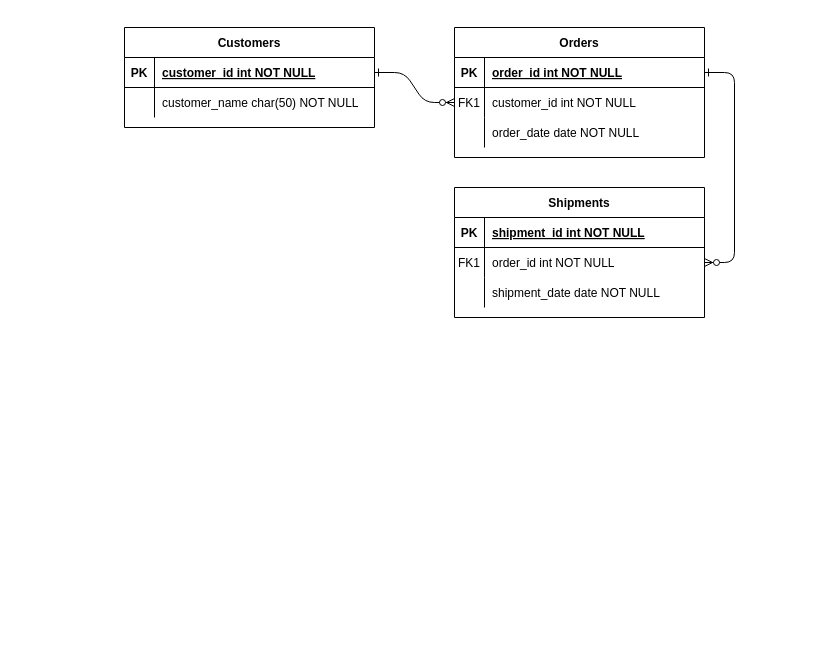
Before: Untitled Diagram.drawio in Gaspair/twitter-replica, a draw.io diagram. Source tidied: cells renumbered, new cells numbered last; positions are measured from the earlier drawing's top-left corner, leaving out a move shared by most shapes. Both pictures are drawn from the tidied source at 100%, with x=0, y=0 at pixel (124, 27).
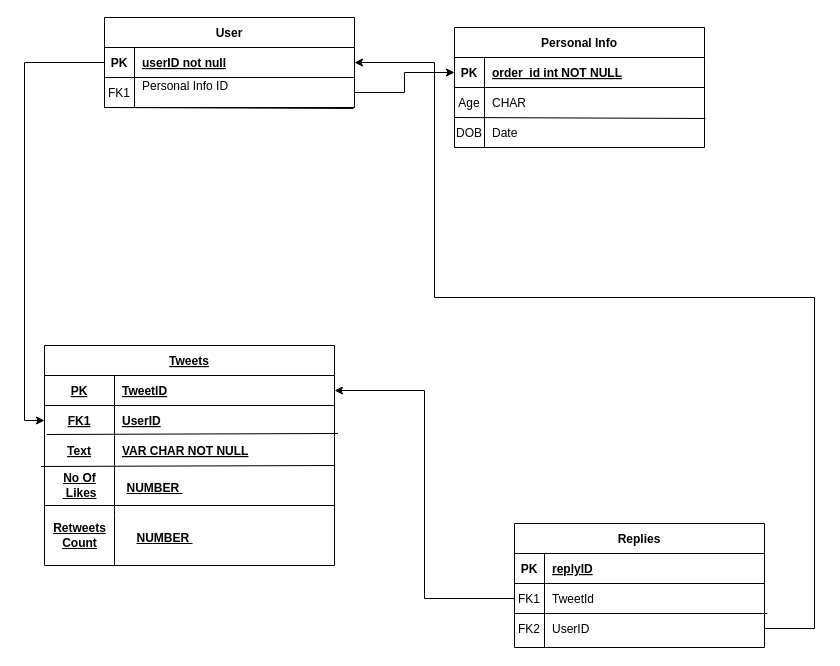
The same diagram, later.

Unchanged cells that the change refers to:
```xml
<mxCell id="5" style="shape=partialRectangle;fillColor=none;points=[[0,0.5],[1,0.5]];portConstraint=eastwest;top=0;left=0;right=0;bottom=1;" parent="4" vertex="1">
  <mxGeometry y="30" width="250" height="30" as="geometry" />
</mxCell>
<mxCell id="8" style="shape=partialRectangle;fillColor=none;points=[[0,0.5],[1,0.5]];portConstraint=eastwest;top=0;left=0;right=0;bottom=0;" parent="4" vertex="1">
  <mxGeometry y="60" width="250" height="30" as="geometry" />
</mxCell>
<mxCell id="11" style="shape=partialRectangle;fillColor=none;points=[[0,0.5],[1,0.5]];portConstraint=eastwest;top=0;left=0;right=0;bottom=0;" parent="4" vertex="1">
  <mxGeometry y="90" width="250" height="30" as="geometry" />
</mxCell>
<mxCell id="25" style="shape=partialRectangle;fillColor=none;points=[[0,0.5],[1,0.5]];portConstraint=eastwest;top=0;left=0;right=0;bottom=1;" parent="24" vertex="1">
  <mxGeometry y="30" width="250" height="30" as="geometry" />
</mxCell>
<mxCell id="28" style="shape=partialRectangle;fillColor=none;points=[[0,0.5],[1,0.5]];portConstraint=eastwest;top=0;left=0;right=0;bottom=0;" parent="24" vertex="1">
  <mxGeometry y="60" width="250" height="30" as="geometry" />
</mxCell>
```

The edit, as a diff of the source:
```diff
@@
-    <mxCell id="2" style="edgeStyle=entityRelationEdgeStyle;endArrow=ERzeroToMany;startArrow=ERone;endFill=1;startFill=0;" parent="1" edge="1" source="25" target="8">
-      <mxGeometry relative="1" as="geometry" />
-    </mxCell>
-    <mxCell id="3" style="edgeStyle=entityRelationEdgeStyle;endArrow=ERzeroToMany;startArrow=ERone;endFill=1;startFill=0;" parent="1" edge="1" source="5" target="18">
-      <mxGeometry relative="1" as="geometry" />
-    </mxCell>
-    <mxCell id="4" value="Orders" style="shape=table;startSize=30;childLayout=tableLayout;rowLines=0;fontStyle=1;align=center;" parent="1" vertex="1">
-      <mxGeometry x="330" width="250" height="130" as="geometry" />
+    <mxCell id="4" value="Personal Info" style="shape=table;startSize=30;childLayout=tableLayout;rowLines=0;fontStyle=1;align=center;" parent="1" vertex="1">
+      <mxGeometry x="330" width="250" height="120" as="geometry" />
     </mxCell>
@@
-    <mxCell id="9" value="FK1" style="shape=partialRectangle;overflow=hidden;fillColor=none;top=0;left=0;bottom=0;right=0;" parent="8" vertex="1">
+    <mxCell id="9" value="Age" style="shape=partialRectangle;overflow=hidden;fillColor=none;top=0;left=0;bottom=0;right=0;" parent="8" vertex="1">
       <mxGeometry width="30" height="30" as="geometry" />
     </mxCell>
-    <mxCell id="10" value="customer_id int NOT NULL" style="shape=partialRectangle;overflow=hidden;fillColor=none;top=0;left=0;bottom=0;right=0;align=left;spacingLeft=6;" parent="8" vertex="1">
+    <mxCell id="10" value="CHAR" style="shape=partialRectangle;overflow=hidden;fillColor=none;top=0;left=0;bottom=0;right=0;align=left;spacingLeft=6;" parent="8" vertex="1">
       <mxGeometry x="30" width="220" height="30" as="geometry" />
     </mxCell>
@@
-    <mxCell id="12" style="shape=partialRectangle;overflow=hidden;fillColor=none;top=0;left=0;bottom=0;right=0;" parent="11" vertex="1">
+    <mxCell id="12" value="DOB" style="shape=partialRectangle;overflow=hidden;fillColor=none;top=0;left=0;bottom=0;right=0;" parent="11" vertex="1">
       <mxGeometry width="30" height="30" as="geometry" />
     </mxCell>
-    <mxCell id="13" value="order_date date NOT NULL" style="shape=partialRectangle;overflow=hidden;fillColor=none;top=0;left=0;bottom=0;right=0;align=left;spacingLeft=6;" parent="11" vertex="1">
+    <mxCell id="13" value="Date" style="shape=partialRectangle;overflow=hidden;fillColor=none;top=0;left=0;bottom=0;right=0;align=left;spacingLeft=6;" parent="11" vertex="1">
       <mxGeometry x="30" width="220" height="30" as="geometry" />
     </mxCell>
-    <mxCell id="14" value="Shipments" style="shape=table;startSize=30;childLayout=tableLayout;rowLines=0;fontStyle=1;align=center;" parent="1" vertex="1">
-      <mxGeometry x="330" y="160" width="250" height="130" as="geometry" />
-    </mxCell>
-    <mxCell id="15" style="shape=partialRectangle;fillColor=none;top=0;left=0;right=0;bottom=1;" parent="14" vertex="1">
-      <mxGeometry y="30" width="250" height="30" as="geometry" />
-    </mxCell>
-    <mxCell id="16" value="PK" style="shape=partialRectangle;overflow=hidden;fillColor=none;top=0;left=0;bottom=0;right=0;fontStyle=1;" parent="15" vertex="1">
-      <mxGeometry width="30" height="30" as="geometry" />
-    </mxCell>
-    <mxCell id="17" value="shipment_id int NOT NULL " style="shape=partialRectangle;overflow=hidden;fillColor=none;top=0;left=0;bottom=0;right=0;align=left;spacingLeft=6;fontStyle=5;" parent="15" vertex="1">
-      <mxGeometry x="30" width="220" height="30" as="geometry" />
-    </mxCell>
-    <mxCell id="18" style="shape=partialRectangle;fillColor=none;points=[[0,0.5],[1,0.5]];portConstraint=eastwest;top=0;left=0;right=0;bottom=0;" parent="14" vertex="1">
-      <mxGeometry y="60" width="250" height="30" as="geometry" />
-    </mxCell>
-    <mxCell id="19" value="FK1" style="shape=partialRectangle;overflow=hidden;fillColor=none;top=0;left=0;bottom=0;right=0;" parent="18" vertex="1">
-      <mxGeometry width="30" height="30" as="geometry" />
-    </mxCell>
-    <mxCell id="20" value="order_id int NOT NULL" style="shape=partialRectangle;overflow=hidden;fillColor=none;top=0;left=0;bottom=0;right=0;align=left;spacingLeft=6;" parent="18" vertex="1">
-      <mxGeometry x="30" width="220" height="30" as="geometry" />
-    </mxCell>
-    <mxCell id="21" style="shape=partialRectangle;fillColor=none;points=[[0,0.5],[1,0.5]];portConstraint=eastwest;top=0;left=0;right=0;bottom=0;" parent="14" vertex="1">
-      <mxGeometry y="90" width="250" height="30" as="geometry" />
-    </mxCell>
-    <mxCell id="22" style="shape=partialRectangle;overflow=hidden;fillColor=none;top=0;left=0;bottom=0;right=0;" parent="21" vertex="1">
-      <mxGeometry width="30" height="30" as="geometry" />
-    </mxCell>
-    <mxCell id="23" value="shipment_date date NOT NULL" style="shape=partialRectangle;overflow=hidden;fillColor=none;top=0;left=0;bottom=0;right=0;align=left;spacingLeft=6;" parent="21" vertex="1">
-      <mxGeometry x="30" width="220" height="30" as="geometry" />
-    </mxCell>
+    <mxCell id="31" style="endArrow=none;html=1;rounded=0;entryX=1.004;entryY=0.033;entryDx=0;entryDy=0;entryPerimeter=0;" parent="4" edge="1" target="11">
+      <mxGeometry relative="1" as="geometry">
+        <mxPoint y="90" as="sourcePoint" />
+      </mxGeometry>
+    </mxCell>
-    <mxCell id="24" value="Customers" style="shape=table;startSize=30;childLayout=tableLayout;rowLines=0;fontStyle=1;align=center;" parent="1" vertex="1">
-      <mxGeometry width="250" height="100" as="geometry" />
+    <mxCell id="24" value="User" style="shape=table;startSize=30;childLayout=tableLayout;rowLines=0;fontStyle=1;align=center;" parent="1" vertex="1">
+      <mxGeometry x="-20" y="-10" width="250" height="90" as="geometry" />
     </mxCell>
@@
-    <mxCell id="27" value="customer_id int NOT NULL " style="shape=partialRectangle;overflow=hidden;fillColor=none;top=0;left=0;bottom=0;right=0;align=left;spacingLeft=6;fontStyle=5;" parent="25" vertex="1">
+    <mxCell id="27" value="userID not null" style="shape=partialRectangle;overflow=hidden;fillColor=none;top=0;left=0;bottom=0;right=0;align=left;spacingLeft=6;fontStyle=5;" parent="25" vertex="1">
       <mxGeometry x="30" width="220" height="30" as="geometry" />
     </mxCell>
@@
-    <mxCell id="29" style="shape=partialRectangle;overflow=hidden;fillColor=none;top=0;left=0;bottom=0;right=0;" parent="28" vertex="1">
+    <mxCell id="29" value="FK1" style="shape=partialRectangle;overflow=hidden;fillColor=none;top=0;left=0;bottom=0;right=0;" parent="28" vertex="1">
       <mxGeometry width="30" height="30" as="geometry" />
     </mxCell>
-    <mxCell id="30" value="customer_name char(50) NOT NULL" style="shape=partialRectangle;overflow=hidden;fillColor=none;top=0;left=0;bottom=0;right=0;align=left;spacingLeft=6;" parent="28" vertex="1">
+    <mxCell id="30" value="Personal Info ID&#10;" style="shape=partialRectangle;overflow=hidden;fillColor=none;top=0;left=0;bottom=0;right=0;align=left;spacingLeft=6;" parent="28" vertex="1">
       <mxGeometry x="30" width="220" height="30" as="geometry" />
     </mxCell>
+    <mxCell id="32" style="endArrow=none;html=1;rounded=0;entryX=0.996;entryY=1.033;entryDx=0;entryDy=0;entryPerimeter=0;labelBackgroundColor=#000000;" parent="24" edge="1" target="28">
+      <mxGeometry relative="1" as="geometry">
+        <mxPoint y="90" as="sourcePoint" />
+      </mxGeometry>
+    </mxCell>
+    <mxCell id="33" value="Replies" style="shape=table;startSize=30;childLayout=tableLayout;rowLines=0;fontStyle=1;align=center;" parent="1" vertex="1">
+      <mxGeometry x="390" y="496" width="250" height="124" as="geometry" />
+    </mxCell>
+    <mxCell id="15" style="shape=partialRectangle;fillColor=none;top=0;left=0;right=0;bottom=1;" parent="33" vertex="1">
+      <mxGeometry y="30" width="250" height="30" as="geometry" />
+    </mxCell>
+    <mxCell id="16" value="PK" style="shape=partialRectangle;overflow=hidden;fillColor=none;top=0;left=0;bottom=0;right=0;fontStyle=1;" parent="15" vertex="1">
+      <mxGeometry width="30" height="30" as="geometry" />
+    </mxCell>
+    <mxCell id="34" value="replyID" style="shape=partialRectangle;overflow=hidden;fillColor=none;top=0;left=0;bottom=0;right=0;align=left;spacingLeft=6;fontStyle=5;" parent="15" vertex="1">
+      <mxGeometry x="30" width="220" height="30" as="geometry" />
+    </mxCell>
+    <mxCell id="18" style="shape=partialRectangle;fillColor=none;points=[[0,0.5],[1,0.5]];portConstraint=eastwest;top=0;left=0;right=0;bottom=0;" parent="33" vertex="1">
+      <mxGeometry y="60" width="250" height="30" as="geometry" />
+    </mxCell>
+    <mxCell id="19" value="FK1" style="shape=partialRectangle;overflow=hidden;fillColor=none;top=0;left=0;bottom=0;right=0;" parent="18" vertex="1">
+      <mxGeometry width="30" height="30" as="geometry" />
+    </mxCell>
+    <mxCell id="35" value="TweetId" style="shape=partialRectangle;overflow=hidden;fillColor=none;top=0;left=0;bottom=0;right=0;align=left;spacingLeft=6;" parent="18" vertex="1">
+      <mxGeometry x="30" width="220" height="30" as="geometry" />
+    </mxCell>
+    <mxCell id="21" style="shape=partialRectangle;fillColor=none;points=[[0,0.5],[1,0.5]];portConstraint=eastwest;top=0;left=0;right=0;bottom=0;" parent="33" vertex="1">
+      <mxGeometry y="90" width="250" height="30" as="geometry" />
+    </mxCell>
+    <mxCell id="36" value="FK2" style="shape=partialRectangle;overflow=hidden;fillColor=none;top=0;left=0;bottom=0;right=0;" parent="21" vertex="1">
+      <mxGeometry width="30" height="30" as="geometry" />
+    </mxCell>
+    <mxCell id="37" value="UserID" style="shape=partialRectangle;overflow=hidden;fillColor=none;top=0;left=0;bottom=0;right=0;align=left;spacingLeft=6;" parent="21" vertex="1">
+      <mxGeometry x="30" width="220" height="30" as="geometry" />
+    </mxCell>
+    <mxCell id="38" style="endArrow=none;html=1;rounded=0;entryX=0;entryY=1;entryDx=0;entryDy=0;entryPerimeter=0;exitX=1.012;exitY=1;exitDx=0;exitDy=0;exitPerimeter=0;" parent="33" edge="1" source="18" target="18">
+      <mxGeometry relative="1" as="geometry" />
+    </mxCell>
+    <mxCell id="39" value="Tweets" style="shape=table;startSize=30;childLayout=tableLayout;rowLines=0;fontStyle=5;align=center;fontSize=12;" parent="1" vertex="1">
+      <mxGeometry x="-80" y="318" width="290" height="220" as="geometry" />
+    </mxCell>
+    <mxCell id="40" style="shape=partialRectangle;fillColor=none;points=[[0,0.5],[1,0.5]];portConstraint=eastwest;top=0;left=0;right=0;bottom=1;fontSize=12;fontStyle=5;" parent="39" vertex="1">
+      <mxGeometry y="30" width="290" height="30" as="geometry" />
+    </mxCell>
+    <mxCell id="41" value="PK" style="shape=partialRectangle;overflow=hidden;fillColor=none;top=0;left=0;bottom=0;right=0;fontStyle=5;fontSize=12;" parent="40" vertex="1">
+      <mxGeometry width="70" height="30" as="geometry" />
+    </mxCell>
+    <mxCell id="42" value="TweetID" style="shape=partialRectangle;overflow=hidden;fillColor=none;top=0;left=0;bottom=0;right=0;align=left;spacingLeft=6;fontStyle=5;fontSize=12;" parent="40" vertex="1">
+      <mxGeometry x="70" width="220" height="30" as="geometry" />
+    </mxCell>
+    <mxCell id="43" style="shape=partialRectangle;fillColor=none;points=[[0,0.5],[1,0.5]];portConstraint=eastwest;top=0;left=0;right=0;bottom=0;fontSize=12;fontStyle=5;" parent="39" vertex="1">
+      <mxGeometry y="60" width="290" height="30" as="geometry" />
+    </mxCell>
+    <mxCell id="44" value="FK1" style="shape=partialRectangle;overflow=hidden;fillColor=none;top=0;left=0;bottom=0;right=0;fontSize=12;fontStyle=5;" parent="43" vertex="1">
+      <mxGeometry width="70" height="30" as="geometry" />
+    </mxCell>
+    <mxCell id="45" value="UserID" style="shape=partialRectangle;overflow=hidden;fillColor=none;top=0;left=0;bottom=0;right=0;align=left;spacingLeft=6;fontSize=12;fontStyle=5;" parent="43" vertex="1">
+      <mxGeometry x="70" width="220" height="30" as="geometry" />
+    </mxCell>
+    <mxCell id="46" style="shape=partialRectangle;fillColor=none;points=[[0,0.5],[1,0.5]];portConstraint=eastwest;top=0;left=0;right=0;bottom=0;fontSize=12;fontStyle=5;" parent="39" vertex="1">
+      <mxGeometry y="90" width="290" height="30" as="geometry" />
+    </mxCell>
+    <mxCell id="47" value="Text" style="shape=partialRectangle;overflow=hidden;fillColor=none;top=0;left=0;bottom=0;right=0;fontSize=12;fontStyle=5;" parent="46" vertex="1">
+      <mxGeometry width="70" height="30" as="geometry" />
+    </mxCell>
+    <mxCell id="48" value="VAR CHAR NOT NULL" style="shape=partialRectangle;overflow=hidden;fillColor=none;top=0;left=0;bottom=0;right=0;align=left;spacingLeft=6;fontSize=12;fontStyle=5;" parent="46" vertex="1">
+      <mxGeometry x="70" width="220" height="30" as="geometry" />
+    </mxCell>
+    <mxCell id="49" style="endArrow=none;html=1;rounded=0;entryX=1.012;entryY=-0.067;entryDx=0;entryDy=0;entryPerimeter=0;exitX=0.008;exitY=-0.033;exitDx=0;exitDy=0;exitPerimeter=0;fontSize=12;fontStyle=5;" parent="39" edge="1" source="46" target="46">
+      <mxGeometry relative="1" as="geometry" />
+    </mxCell>
+    <mxCell id="50" style="endArrow=none;html=1;rounded=0;entryX=1;entryY=1;entryDx=0;entryDy=0;entryPerimeter=0;exitX=-0.012;exitY=1.033;exitDx=0;exitDy=0;exitPerimeter=0;fontSize=12;fontStyle=5;" parent="39" edge="1" source="46" target="46">
+      <mxGeometry relative="1" as="geometry" />
+    </mxCell>
+    <mxCell id="51" style="endArrow=none;html=1;rounded=0;fontSize=12;fontStyle=5;" parent="1" edge="1">
+      <mxGeometry relative="1" as="geometry">
+        <mxPoint x="-10" y="488" as="sourcePoint" />
+        <mxPoint x="-10" y="438" as="targetPoint" />
+      </mxGeometry>
+    </mxCell>
+    <mxCell id="52" value="No Of&lt;br style=&quot;font-size: 12px;&quot;&gt;&amp;nbsp;Likes&lt;br style=&quot;font-size: 12px;&quot;&gt;" style="text;html=1;align=center;verticalAlign=middle;strokeColor=none;fillColor=none;fontSize=12;fontStyle=5;" parent="1" vertex="1">
+      <mxGeometry x="-75" y="438" width="60" height="40" as="geometry" />
+    </mxCell>
+    <mxCell id="53" value="NUMBER&amp;nbsp;" style="text;html=1;align=center;verticalAlign=middle;strokeColor=none;fillColor=none;fontSize=12;fontStyle=5;" parent="1" vertex="1">
+      <mxGeometry x="-10" y="446" width="80" height="30" as="geometry" />
+    </mxCell>
+    <mxCell id="54" value="Retweets&lt;br style=&quot;font-size: 12px;&quot;&gt;Count" style="text;html=1;align=center;verticalAlign=middle;strokeColor=none;fillColor=none;fontSize=12;fontStyle=5;" parent="1" vertex="1">
+      <mxGeometry x="-85" y="488" width="80" height="40" as="geometry" />
+    </mxCell>
+    <mxCell id="55" style="endArrow=none;html=1;rounded=0;fontSize=12;fontStyle=5;" parent="1" edge="1">
+      <mxGeometry relative="1" as="geometry">
+        <mxPoint x="-10" y="538" as="sourcePoint" />
+        <mxPoint x="-10" y="488" as="targetPoint" />
+      </mxGeometry>
+    </mxCell>
+    <mxCell id="56" style="endArrow=none;html=1;rounded=0;fontSize=12;fontStyle=5;" parent="1" edge="1">
+      <mxGeometry relative="1" as="geometry">
+        <mxPoint x="210" y="478" as="sourcePoint" />
+        <mxPoint x="-80" y="478" as="targetPoint" />
+      </mxGeometry>
+    </mxCell>
+    <mxCell id="57" value="NUMBER&amp;nbsp;" style="text;html=1;align=center;verticalAlign=middle;strokeColor=none;fillColor=none;fontSize=12;fontStyle=5;" parent="1" vertex="1">
+      <mxGeometry y="496" width="80" height="30" as="geometry" />
+    </mxCell>
+    <mxCell id="58" style="edgeStyle=orthogonalEdgeStyle;rounded=0;jettySize=auto;html=1;entryX=0;entryY=0.5;entryDx=0;entryDy=0;" parent="1" edge="1" source="25" target="43">
+      <mxGeometry relative="1" as="geometry" />
+    </mxCell>
+    <mxCell id="59" style="endArrow=none;html=1;rounded=0;" parent="1" edge="1">
+      <mxGeometry relative="1" as="geometry">
+        <mxPoint x="420" y="620" as="sourcePoint" />
+        <mxPoint x="420" y="530" as="targetPoint" />
+      </mxGeometry>
+    </mxCell>
+    <mxCell id="60" style="edgeStyle=orthogonalEdgeStyle;rounded=0;jettySize=auto;html=1;entryX=1;entryY=0.5;entryDx=0;entryDy=0;" parent="1" edge="1" source="18" target="40">
+      <mxGeometry relative="1" as="geometry" />
+    </mxCell>
+    <mxCell id="61" style="edgeStyle=orthogonalEdgeStyle;rounded=0;jettySize=auto;html=1;entryX=1;entryY=0.5;entryDx=0;entryDy=0;" parent="1" edge="1" source="21" target="25">
+      <mxGeometry relative="1" as="geometry">
+        <Array as="points">
+          <mxPoint x="690" y="601" />
+          <mxPoint x="690" y="270" />
+          <mxPoint x="310" y="270" />
+          <mxPoint x="310" y="35" />
+        </Array>
+      </mxGeometry>
+    </mxCell>
+    <mxCell id="62" style="edgeStyle=orthogonalEdgeStyle;rounded=0;jettySize=auto;html=1;" parent="1" edge="1" source="28" target="5">
+      <mxGeometry relative="1" as="geometry" />
+    </mxCell>
```
